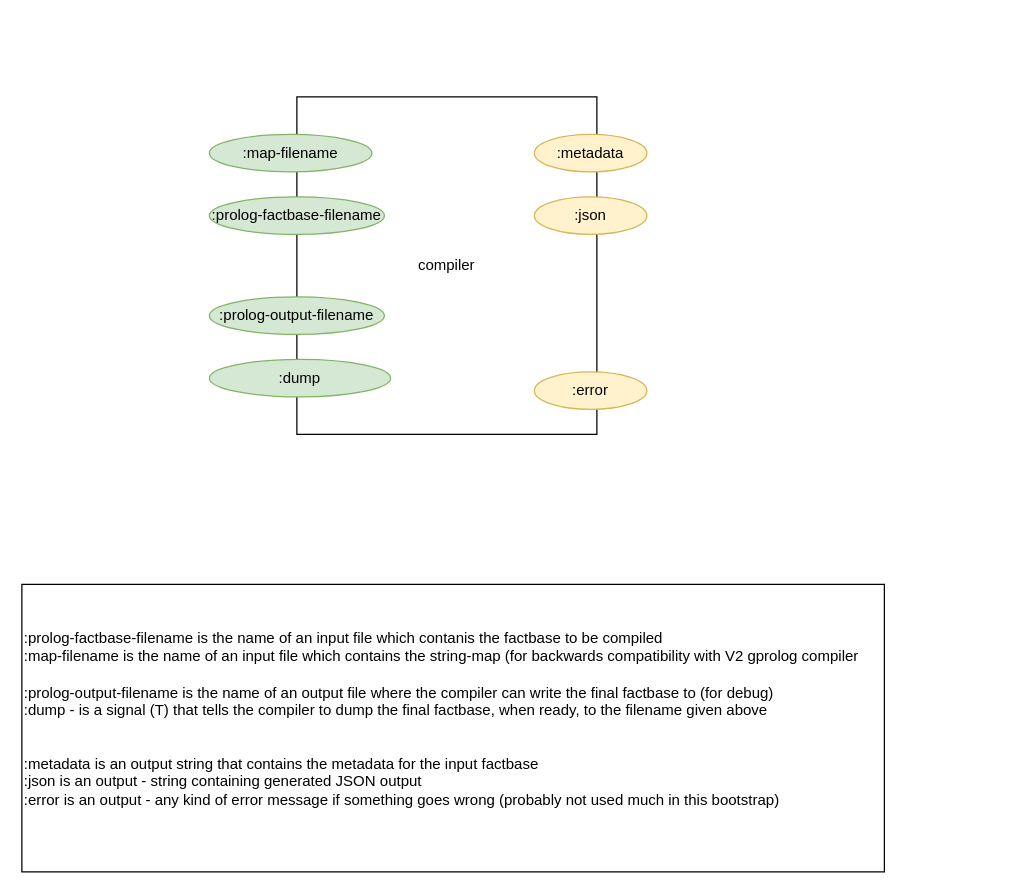
Above: page "v3 compiler definiion" (2 of 3) of build_process/cl-build/build.drawio in bmfbp/bmfbp (draw.io), before the change. Source tidied: cells renumbered, new cells numbered last; positions are measured from the earlier drawing's top-left corner, leaving out a move shared by most shapes. Both pictures are drawn from the tidied source at 125%, with x=0, y=0 at pixel (21, 96).
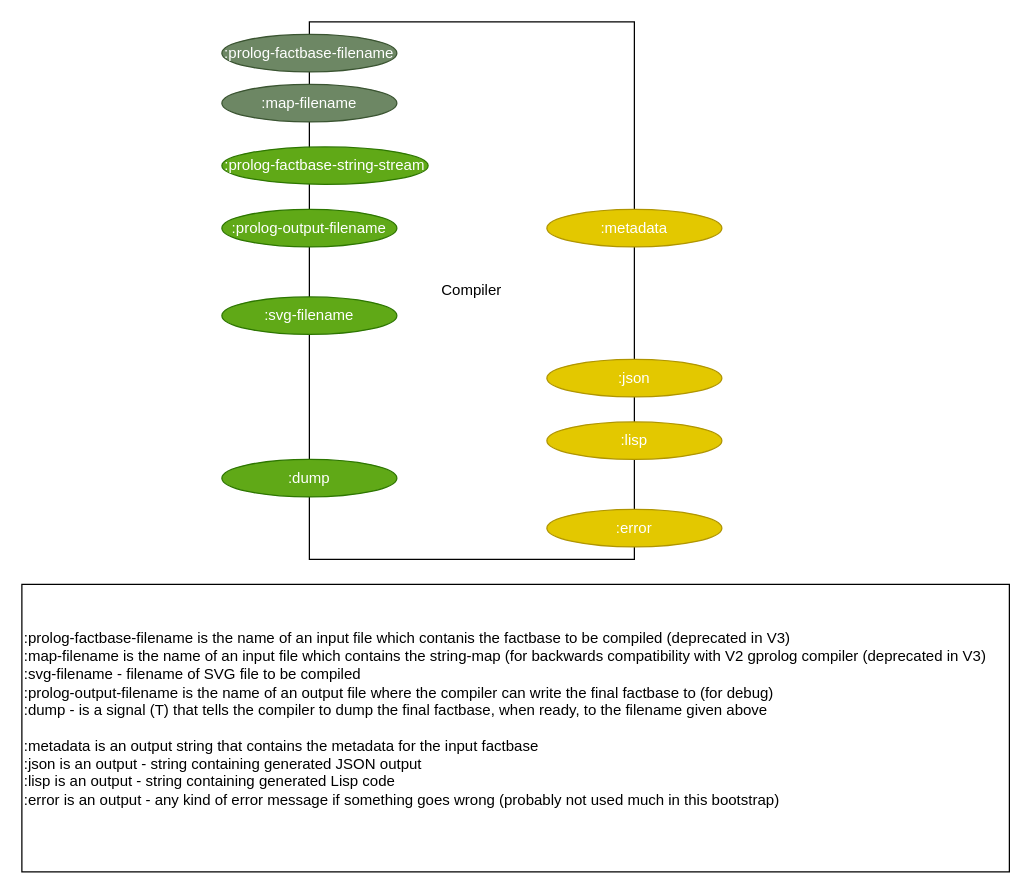
The same diagram, later.

The edit, as a diff of the source:
```diff
@@
 <mxGraphModel>
   <root>
     <mxCell id="0" />
     <mxCell id="1" parent="0" />
-    <mxCell id="2" value="compiler" style="rounded=0;whiteSpace=wrap;html=1;" parent="1" vertex="1">
-      <mxGeometry x="220" width="240" height="270" as="geometry" />
-    </mxCell>
-    <mxCell id="3" value=":map-filename" style="ellipse;whiteSpace=wrap;html=1;fillColor=#d5e8d4;strokeColor=#82b366;" parent="1" vertex="1">
-      <mxGeometry x="150" y="30" width="130" height="30" as="geometry" />
-    </mxCell>
+    <mxCell id="10" value="&lt;span style=&quot;white-space: nowrap&quot;&gt;:prolog-factbase-filename is the name of an input file which contanis the factbase to be compiled (deprecated in V3)&lt;/span&gt;&lt;br style=&quot;white-space: nowrap&quot;&gt;&lt;div&gt;&lt;span style=&quot;white-space: nowrap&quot;&gt;:map-filename is the name of an input file which contains the string-map (for backwards compatibility with V2 gprolog compiler (deprecated in V3)&lt;/span&gt;&lt;/div&gt;&lt;div&gt;&lt;span style=&quot;white-space: nowrap&quot;&gt;:svg-filename - filename of SVG file to be compiled&lt;/span&gt;&lt;/div&gt;&lt;div&gt;&lt;span style=&quot;white-space: nowrap&quot;&gt;:prolog-output-filename is the name of an output file where the compiler can write the final factbase to (for debug)&lt;/span&gt;&lt;br&gt;&lt;/div&gt;&lt;div&gt;&lt;span style=&quot;white-space: nowrap&quot;&gt;:dump - is a signal (T) that tells the compiler to dump the final factbase, when ready, to the filename given above&lt;/span&gt;&lt;/div&gt;&lt;div&gt;&lt;br&gt;&lt;/div&gt;&lt;div&gt;&lt;span style=&quot;white-space: nowrap&quot;&gt;:metadata is an output string that contains the metadata for the input factbase&lt;/span&gt;&lt;/div&gt;&lt;div&gt;&lt;span style=&quot;white-space: nowrap&quot;&gt;:json is an output - string containing generated JSON output&lt;/span&gt;&lt;/div&gt;&lt;div&gt;&lt;span style=&quot;white-space: nowrap&quot;&gt;:lisp is an output - string containing generated Lisp code&lt;/span&gt;&lt;/div&gt;&lt;div&gt;&lt;span style=&quot;white-space: nowrap&quot;&gt;:error is an output - any kind of error message if something goes wrong (probably not used much in this bootstrap)&lt;/span&gt;&lt;/div&gt;&lt;div&gt;&lt;span style=&quot;white-space: nowrap&quot;&gt;&lt;br&gt;&lt;/span&gt;&lt;/div&gt;" style="text;html=1;strokeColor=#000000;fillColor=none;align=left;verticalAlign=middle;whiteSpace=wrap;rounded=0;" parent="1" vertex="1">
+      <mxGeometry y="390" width="790" height="230" as="geometry" />
+    </mxCell>
+    <mxCell id="11" value="Compiler" style="rounded=0;whiteSpace=wrap;html=1;" parent="1" vertex="1">
+      <mxGeometry x="230" y="-60" width="260" height="430" as="geometry" />
+    </mxCell>
-    <mxCell id="4" value=":prolog-factbase-filename" style="ellipse;whiteSpace=wrap;html=1;fillColor=#d5e8d4;strokeColor=#82b366;" parent="1" vertex="1">
-      <mxGeometry x="150" y="80" width="140" height="30" as="geometry" />
+    <mxCell id="4" value=":prolog-factbase-filename&lt;br&gt;" style="ellipse;whiteSpace=wrap;html=1;fillColor=#6d8764;strokeColor=#3A5431;fontColor=#ffffff;" parent="1" vertex="1">
+      <mxGeometry x="160" y="-50" width="140" height="30" as="geometry" />
     </mxCell>
-    <mxCell id="5" value=":prolog-output-filename" style="ellipse;whiteSpace=wrap;html=1;fillColor=#d5e8d4;strokeColor=#82b366;" parent="1" vertex="1">
-      <mxGeometry x="150" y="160" width="140" height="30" as="geometry" />
+    <mxCell id="5" value=":prolog-output-filename" style="ellipse;whiteSpace=wrap;html=1;fillColor=#60a917;strokeColor=#2D7600;fontColor=#ffffff;" parent="1" vertex="1">
+      <mxGeometry x="160" y="90" width="140" height="30" as="geometry" />
     </mxCell>
-    <mxCell id="6" value=":dump" style="ellipse;whiteSpace=wrap;html=1;fillColor=#d5e8d4;strokeColor=#82b366;" parent="1" vertex="1">
-      <mxGeometry x="150" y="210" width="145" height="30" as="geometry" />
+    <mxCell id="6" value=":dump" style="ellipse;whiteSpace=wrap;html=1;fillColor=#60a917;strokeColor=#2D7600;fontColor=#ffffff;" parent="1" vertex="1">
+      <mxGeometry x="160" y="290" width="140" height="30" as="geometry" />
     </mxCell>
+    <mxCell id="3" value=":map-filename" style="ellipse;whiteSpace=wrap;html=1;fillColor=#6d8764;strokeColor=#3A5431;fontColor=#ffffff;" parent="1" vertex="1">
+      <mxGeometry x="160" y="-10" width="140" height="30" as="geometry" />
+    </mxCell>
+    <mxCell id="12" value=":prolog-factbase-string-stream" style="ellipse;whiteSpace=wrap;html=1;fillColor=#60a917;strokeColor=#2D7600;fontColor=#ffffff;" parent="1" vertex="1">
+      <mxGeometry x="160" y="40" width="165" height="30" as="geometry" />
+    </mxCell>
+    <mxCell id="9" value=":error" style="ellipse;whiteSpace=wrap;html=1;fillColor=#e3c800;strokeColor=#B09500;fontColor=#ffffff;" parent="1" vertex="1">
+      <mxGeometry x="420" y="330" width="140" height="30" as="geometry" />
+    </mxCell>
-    <mxCell id="7" value=":metadata" style="ellipse;whiteSpace=wrap;html=1;fillColor=#fff2cc;strokeColor=#d6b656;" parent="1" vertex="1">
-      <mxGeometry x="410" y="30" width="90" height="30" as="geometry" />
+    <mxCell id="7" value=":metadata" style="ellipse;whiteSpace=wrap;html=1;fillColor=#e3c800;strokeColor=#B09500;fontColor=#ffffff;" parent="1" vertex="1">
+      <mxGeometry x="420" y="90" width="140" height="30" as="geometry" />
     </mxCell>
-    <mxCell id="8" value=":json" style="ellipse;whiteSpace=wrap;html=1;fillColor=#fff2cc;strokeColor=#d6b656;" parent="1" vertex="1">
-      <mxGeometry x="410" y="80" width="90" height="30" as="geometry" />
+    <mxCell id="8" value=":json" style="ellipse;whiteSpace=wrap;html=1;fillColor=#e3c800;strokeColor=#B09500;fontColor=#ffffff;" parent="1" vertex="1">
+      <mxGeometry x="420" y="210" width="140" height="30" as="geometry" />
     </mxCell>
-    <mxCell id="9" value=":error" style="ellipse;whiteSpace=wrap;html=1;fillColor=#fff2cc;strokeColor=#d6b656;" parent="1" vertex="1">
-      <mxGeometry x="410" y="220" width="90" height="30" as="geometry" />
-    </mxCell>
-    <mxCell id="10" value="&lt;span style=&quot;white-space: nowrap&quot;&gt;:prolog-factbase-filename is the name of an input file which contanis the factbase to be compiled&lt;/span&gt;&lt;br style=&quot;white-space: nowrap&quot;&gt;&lt;div&gt;&lt;span style=&quot;white-space: nowrap&quot;&gt;:map-filename is the name of an input file which contains the string-map (for backwards compatibility with V2 gprolog compiler&lt;/span&gt;&lt;/div&gt;&lt;div&gt;&lt;span style=&quot;white-space: nowrap&quot;&gt;&lt;br&gt;&lt;/span&gt;&lt;/div&gt;&lt;div&gt;&lt;span style=&quot;white-space: nowrap&quot;&gt;:prolog-output-filename is the name of an output file where the compiler can write the final factbase to (for debug)&lt;/span&gt;&lt;/div&gt;&lt;div&gt;&lt;span style=&quot;white-space: nowrap&quot;&gt;:dump - is a signal (T) that tells the compiler to dump the final factbase, when ready, to the filename given above&lt;/span&gt;&lt;/div&gt;&lt;div&gt;&lt;span style=&quot;white-space: nowrap&quot;&gt;&lt;br&gt;&lt;/span&gt;&lt;/div&gt;&lt;div&gt;&lt;span style=&quot;white-space: nowrap&quot;&gt;&lt;br&gt;&lt;/span&gt;&lt;/div&gt;&lt;div&gt;&lt;span style=&quot;white-space: nowrap&quot;&gt;:metadata is an output string that contains the metadata for the input factbase&lt;/span&gt;&lt;/div&gt;&lt;div&gt;&lt;span style=&quot;white-space: nowrap&quot;&gt;:json is an output - string containing generated JSON output&lt;/span&gt;&lt;/div&gt;&lt;div&gt;&lt;span style=&quot;white-space: nowrap&quot;&gt;:error is an output - any kind of error message if something goes wrong (probably not used much in this bootstrap)&lt;/span&gt;&lt;/div&gt;&lt;div&gt;&lt;span style=&quot;white-space: nowrap&quot;&gt;&lt;br&gt;&lt;/span&gt;&lt;/div&gt;" style="text;html=1;strokeColor=#000000;fillColor=none;align=left;verticalAlign=middle;whiteSpace=wrap;rounded=0;" parent="1" vertex="1">
-      <mxGeometry y="390" width="690" height="230" as="geometry" />
-    </mxCell>
+    <mxCell id="13" value=":lisp" style="ellipse;whiteSpace=wrap;html=1;fillColor=#e3c800;strokeColor=#B09500;fontColor=#ffffff;" parent="1" vertex="1">
+      <mxGeometry x="420" y="260" width="140" height="30" as="geometry" />
+    </mxCell>
+    <mxCell id="14" value=":svg-filename" style="ellipse;whiteSpace=wrap;html=1;fillColor=#60a917;strokeColor=#2D7600;fontColor=#ffffff;" parent="1" vertex="1">
+      <mxGeometry x="160" y="160" width="140" height="30" as="geometry" />
+    </mxCell>
   </root>
 </mxGraphModel>
```
